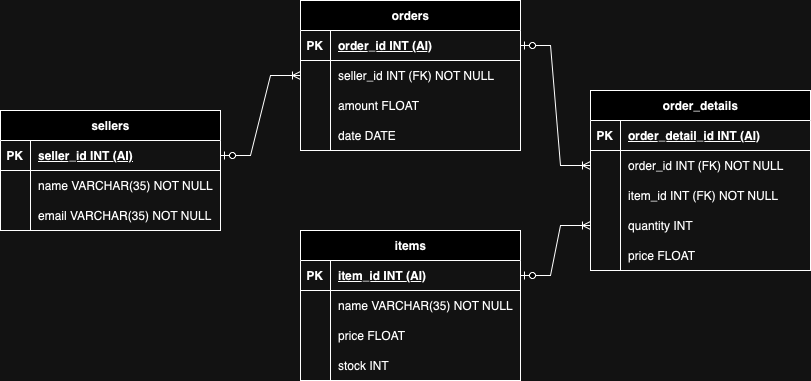
tobiasprima/sat keeps this draw.io diagram as ERD.png. Above is the earlier version. Source tidied: cells renumbered, new cells last; positions are measured from the earlier drawing's top-left corner, leaving out a move shared by most shapes.
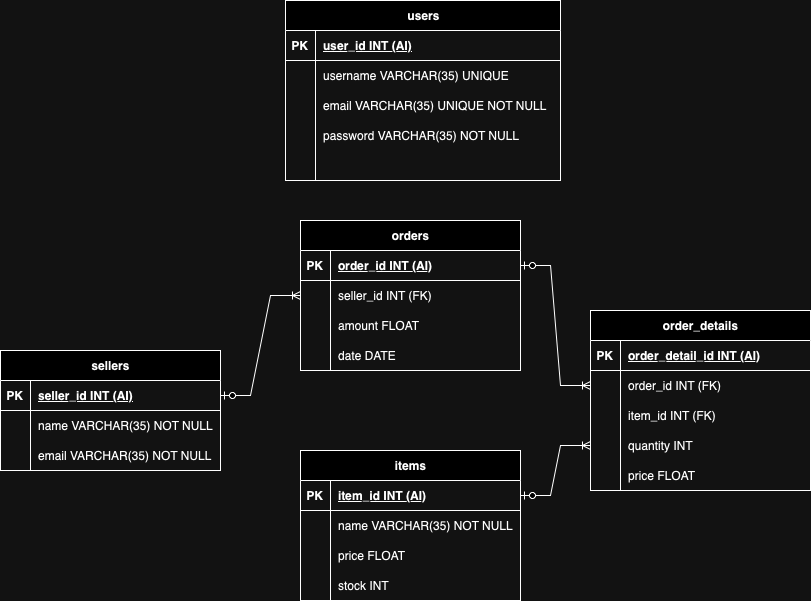
The same diagram one commit later.

Commit message:
feat: add users table for log in

Change to the diagram source:
```diff
@@ -3,7 +3,7 @@
     <mxCell id="0" />
     <mxCell id="1" parent="0" />
     <mxCell id="2" value="sellers" style="shape=table;startSize=30;rowLines=0;fontStyle=1;align=center;html=1;" parent="1" vertex="1">
-      <mxGeometry y="110" width="220" height="120" as="geometry" />
+      <mxGeometry y="130" width="220" height="120" as="geometry" />
     </mxCell>
     <mxCell id="3" style="shape=tableRow;horizontal=0;startSize=0;swimlaneHead=0;swimlaneBody=0;fillColor=none;points=[[0,0.5],[1,0.5]];portConstraint=eastwest;top=0;left=0;right=0;bottom=1;" parent="2" vertex="1">
       <mxGeometry y="30" width="220" height="30" as="geometry" />
@@ -89,7 +89,7 @@
     <mxCell id="30" style="shape=partialRectangle;fillColor=none;top=0;left=0;bottom=0;right=0;overflow=hidden;whiteSpace=wrap;html=1;" parent="29" vertex="1">
       <mxGeometry width="30" height="30" as="geometry" />
     </mxCell>
-    <mxCell id="31" value="seller_id INT (FK) NOT NULL" style="shape=partialRectangle;fillColor=none;top=0;left=0;bottom=0;right=0;align=left;spacingLeft=6;overflow=hidden;whiteSpace=wrap;html=1;" parent="29" vertex="1">
+    <mxCell id="31" value="seller_id INT (FK)" style="shape=partialRectangle;fillColor=none;top=0;left=0;bottom=0;right=0;align=left;spacingLeft=6;overflow=hidden;whiteSpace=wrap;html=1;" parent="29" vertex="1">
       <mxGeometry x="30" width="190" height="30" as="geometry" />
     </mxCell>
     <mxCell id="32" style="shape=tableRow;horizontal=0;startSize=0;swimlaneHead=0;swimlaneBody=0;fillColor=none;top=0;left=0;right=0;bottom=0;" parent="25" vertex="1">
@@ -128,7 +128,7 @@
     <mxCell id="43" style="shape=partialRectangle;fillColor=none;top=0;left=0;bottom=0;right=0;overflow=hidden;whiteSpace=wrap;html=1;" parent="42" vertex="1">
       <mxGeometry width="30" height="30" as="geometry" />
     </mxCell>
-    <mxCell id="44" value="order_id INT (FK) NOT NULL" style="shape=partialRectangle;fillColor=none;top=0;left=0;bottom=0;right=0;align=left;spacingLeft=6;overflow=hidden;whiteSpace=wrap;html=1;" parent="42" vertex="1">
+    <mxCell id="44" value="order_id INT (FK)" style="shape=partialRectangle;fillColor=none;top=0;left=0;bottom=0;right=0;align=left;spacingLeft=6;overflow=hidden;whiteSpace=wrap;html=1;" parent="42" vertex="1">
       <mxGeometry x="30" width="190" height="30" as="geometry" />
     </mxCell>
     <mxCell id="45" style="shape=tableRow;horizontal=0;startSize=0;swimlaneHead=0;swimlaneBody=0;fillColor=none;top=0;left=0;right=0;bottom=0;" parent="38" vertex="1">
@@ -137,7 +137,7 @@
     <mxCell id="46" style="shape=partialRectangle;fillColor=none;top=0;left=0;bottom=0;right=0;overflow=hidden;whiteSpace=wrap;html=1;" parent="45" vertex="1">
       <mxGeometry width="30" height="30" as="geometry" />
     </mxCell>
-    <mxCell id="47" value="item_id INT (FK) NOT NULL" style="shape=partialRectangle;fillColor=none;top=0;left=0;bottom=0;right=0;align=left;spacingLeft=6;overflow=hidden;whiteSpace=wrap;html=1;" parent="45" vertex="1">
+    <mxCell id="47" value="item_id INT (FK)" style="shape=partialRectangle;fillColor=none;top=0;left=0;bottom=0;right=0;align=left;spacingLeft=6;overflow=hidden;whiteSpace=wrap;html=1;" parent="45" vertex="1">
       <mxGeometry x="30" width="190" height="30" as="geometry" />
     </mxCell>
     <mxCell id="48" style="shape=tableRow;horizontal=0;startSize=0;swimlaneHead=0;swimlaneBody=0;fillColor=none;points=[[0,0.5],[1,0.5]];portConstraint=eastwest;top=0;left=0;right=0;bottom=0;" parent="38" vertex="1">
@@ -167,5 +167,53 @@
     <mxCell id="56" style="edgeStyle=entityRelationEdgeStyle;fontSize=12;html=1;endArrow=ERoneToMany;startArrow=ERzeroToOne;rounded=0;entryX=0;entryY=0.5;entryDx=0;entryDy=0;exitX=1;exitY=0.5;exitDx=0;exitDy=0;" parent="1" edge="1" source="13" target="48">
       <mxGeometry relative="1" as="geometry" />
     </mxCell>
+    <mxCell id="57" value="users" style="shape=table;startSize=30;rowLines=0;fontStyle=1;align=center;html=1;" parent="1" vertex="1">
+      <mxGeometry x="285" y="-220" width="275" height="180" as="geometry" />
+    </mxCell>
+    <mxCell id="58" style="shape=tableRow;horizontal=0;startSize=0;swimlaneHead=0;swimlaneBody=0;fillColor=none;top=0;left=0;right=0;bottom=1;" parent="57" vertex="1">
+      <mxGeometry y="30" width="275" height="30" as="geometry" />
+    </mxCell>
+    <mxCell id="59" value="PK" style="shape=partialRectangle;fillColor=none;top=0;left=0;bottom=0;right=0;fontStyle=1;overflow=hidden;whiteSpace=wrap;html=1;" parent="58" vertex="1">
+      <mxGeometry width="30" height="30" as="geometry" />
+    </mxCell>
+    <mxCell id="60" value="user_id INT (AI)" style="shape=partialRectangle;fillColor=none;top=0;left=0;bottom=0;right=0;align=left;spacingLeft=6;fontStyle=5;overflow=hidden;whiteSpace=wrap;html=1;" parent="58" vertex="1">
+      <mxGeometry x="30" width="245" height="30" as="geometry" />
+    </mxCell>
+    <mxCell id="61" style="shape=tableRow;horizontal=0;startSize=0;swimlaneHead=0;swimlaneBody=0;fillColor=none;top=0;left=0;right=0;bottom=0;" parent="57" vertex="1">
+      <mxGeometry y="60" width="275" height="30" as="geometry" />
+    </mxCell>
+    <mxCell id="62" style="shape=partialRectangle;fillColor=none;top=0;left=0;bottom=0;right=0;overflow=hidden;whiteSpace=wrap;html=1;" parent="61" vertex="1">
+      <mxGeometry width="30" height="30" as="geometry" />
+    </mxCell>
+    <mxCell id="63" value="username VARCHAR(35) UNIQUE" style="shape=partialRectangle;fillColor=none;top=0;left=0;bottom=0;right=0;align=left;spacingLeft=6;overflow=hidden;whiteSpace=wrap;html=1;" parent="61" vertex="1">
+      <mxGeometry x="30" width="245" height="30" as="geometry" />
+    </mxCell>
+    <mxCell id="64" style="shape=tableRow;horizontal=0;startSize=0;swimlaneHead=0;swimlaneBody=0;fillColor=none;top=0;left=0;right=0;bottom=0;" parent="57" vertex="1">
+      <mxGeometry y="90" width="275" height="30" as="geometry" />
+    </mxCell>
+    <mxCell id="65" style="shape=partialRectangle;fillColor=none;top=0;left=0;bottom=0;right=0;overflow=hidden;whiteSpace=wrap;html=1;" parent="64" vertex="1">
+      <mxGeometry width="30" height="30" as="geometry" />
+    </mxCell>
+    <mxCell id="66" value="email VARCHAR(35) UNIQUE NOT NULL" style="shape=partialRectangle;fillColor=none;top=0;left=0;bottom=0;right=0;align=left;spacingLeft=6;overflow=hidden;whiteSpace=wrap;html=1;" parent="64" vertex="1">
+      <mxGeometry x="30" width="245" height="30" as="geometry" />
+    </mxCell>
+    <mxCell id="67" style="shape=tableRow;horizontal=0;startSize=0;swimlaneHead=0;swimlaneBody=0;fillColor=none;top=0;left=0;right=0;bottom=0;" parent="57" vertex="1">
+      <mxGeometry y="120" width="275" height="30" as="geometry" />
+    </mxCell>
+    <mxCell id="68" style="shape=partialRectangle;fillColor=none;top=0;left=0;bottom=0;right=0;overflow=hidden;whiteSpace=wrap;html=1;" parent="67" vertex="1">
+      <mxGeometry width="30" height="30" as="geometry" />
+    </mxCell>
+    <mxCell id="69" value="password VARCHAR(35) NOT NULL" style="shape=partialRectangle;fillColor=none;top=0;left=0;bottom=0;right=0;align=left;spacingLeft=6;overflow=hidden;whiteSpace=wrap;html=1;" parent="67" vertex="1">
+      <mxGeometry x="30" width="245" height="30" as="geometry" />
+    </mxCell>
+    <mxCell id="70" style="shape=tableRow;horizontal=0;startSize=0;swimlaneHead=0;swimlaneBody=0;fillColor=none;top=0;left=0;right=0;bottom=0;" parent="57" vertex="1">
+      <mxGeometry y="150" width="275" height="30" as="geometry" />
+    </mxCell>
+    <mxCell id="71" style="shape=partialRectangle;fillColor=none;top=0;left=0;bottom=0;right=0;overflow=hidden;whiteSpace=wrap;html=1;" parent="70" vertex="1">
+      <mxGeometry width="30" height="30" as="geometry" />
+    </mxCell>
+    <mxCell id="72" style="shape=partialRectangle;fillColor=none;top=0;left=0;bottom=0;right=0;align=left;spacingLeft=6;overflow=hidden;whiteSpace=wrap;html=1;" parent="70" vertex="1">
+      <mxGeometry x="30" width="245" height="30" as="geometry" />
+    </mxCell>
   </root>
 </mxGraphModel>
```
